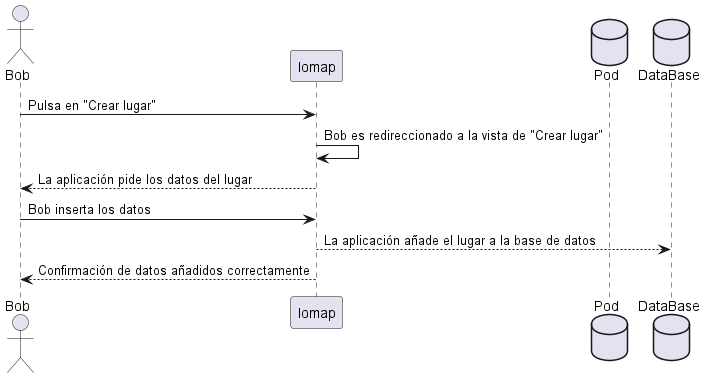
Earlier version of the PlantUML export images/añadirLugar.png (Arquisoft/lomap_es3b).
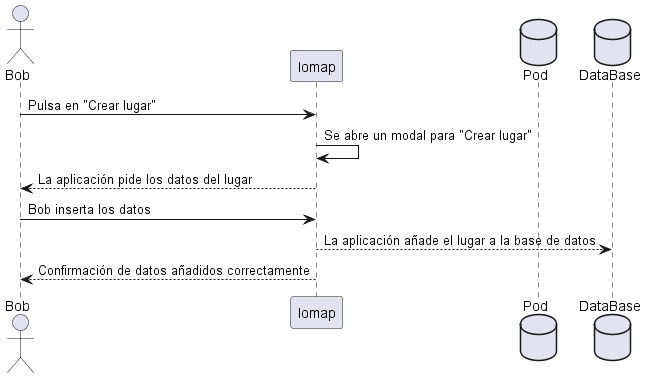
After the change.

Diff of the diagram source:
```diff
@@ -4,7 +4,7 @@
 database Pod
 database DataBase as "DataBase"
 Bob -> Iomap: Pulsa en "Crear lugar"
-Iomap-> Iomap: Bob es redireccionado a la vista de "Crear lugar"
+Iomap-> Iomap: Se abre un modal para "Crear lugar"
 Bob <-- Iomap: La aplicación pide los datos del lugar
 Bob -> Iomap: Bob inserta los datos
 Iomap --> DataBase: La aplicación añade el lugar a la base de datos
```
